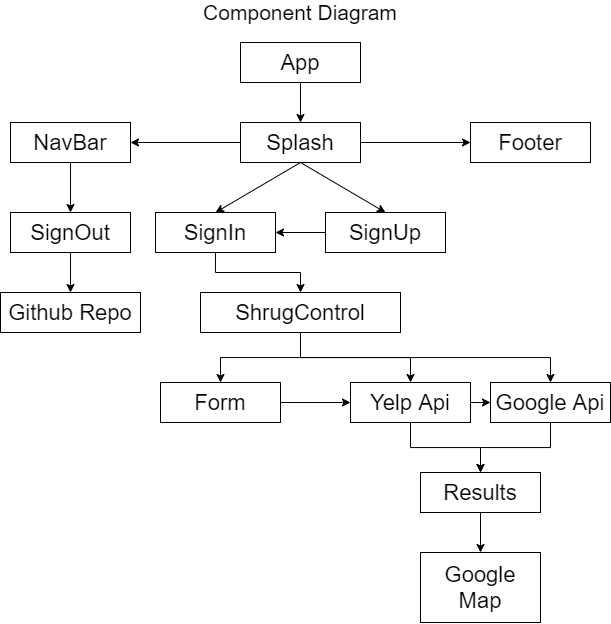
tytyhibye/Shrug keeps this draw.io diagram as src/Assets/component-diagram.drawio.png. Above is the earlier version. Source tidied: cells renumbered, new cells last; positions are measured from the earlier drawing's top-left corner, leaving out a move shared by most shapes. Its diagram source:
```xml
<mxGraphModel>
  <root>
    <mxCell id="0" />
    <mxCell id="1" parent="0" />
    <mxCell id="2" style="group;" parent="1" vertex="1">
      <mxGeometry y="10" width="610" height="610" as="geometry" />
    </mxCell>
    <mxCell id="3" value="&lt;font style=&quot;font-size: 22px&quot;&gt;App&lt;/font&gt;" style="rounded=0;whiteSpace=wrap;html=1;" parent="2" vertex="1">
      <mxGeometry x="240" y="30" width="120" height="40" as="geometry" />
    </mxCell>
    <mxCell id="4" value="&lt;font style=&quot;font-size: 22px&quot;&gt;Splash&lt;/font&gt;" style="rounded=0;whiteSpace=wrap;html=1;" parent="2" vertex="1">
      <mxGeometry x="240" y="110" width="120" height="40" as="geometry" />
    </mxCell>
    <mxCell id="5" style="edgeStyle=orthogonalEdgeStyle;rounded=0;jettySize=auto;html=1;" parent="2" edge="1" source="3" target="4">
      <mxGeometry relative="1" as="geometry" />
    </mxCell>
    <mxCell id="6" value="&lt;font style=&quot;font-size: 21px&quot;&gt;Component Diagram&lt;/font&gt;" style="text;html=1;strokeColor=none;fillColor=none;align=center;verticalAlign=middle;whiteSpace=wrap;rounded=0;" parent="2" vertex="1">
      <mxGeometry x="155" y="-10" width="290" height="20" as="geometry" />
    </mxCell>
    <mxCell id="7" value="&lt;font style=&quot;font-size: 22px&quot;&gt;Footer&lt;/font&gt;" style="rounded=0;whiteSpace=wrap;html=1;" parent="2" vertex="1">
      <mxGeometry x="470" y="110" width="120" height="40" as="geometry" />
    </mxCell>
    <mxCell id="8" style="edgeStyle=orthogonalEdgeStyle;rounded=0;jettySize=auto;html=1;exitX=1;exitY=0.5;exitDx=0;exitDy=0;entryX=0;entryY=0.5;entryDx=0;entryDy=0;" parent="2" edge="1" source="4" target="7">
      <mxGeometry relative="1" as="geometry" />
    </mxCell>
    <mxCell id="9" value="&lt;font style=&quot;font-size: 22px&quot;&gt;NavBar&lt;/font&gt;" style="rounded=0;whiteSpace=wrap;html=1;" parent="2" vertex="1">
      <mxGeometry x="10" y="110" width="120" height="40" as="geometry" />
    </mxCell>
    <mxCell id="10" style="edgeStyle=orthogonalEdgeStyle;rounded=0;jettySize=auto;html=1;exitX=0;exitY=0.5;exitDx=0;exitDy=0;entryX=1;entryY=0.5;entryDx=0;entryDy=0;" parent="2" edge="1" source="4" target="9">
      <mxGeometry relative="1" as="geometry" />
    </mxCell>
    <mxCell id="11" value="&lt;font style=&quot;font-size: 22px&quot;&gt;SignOut&lt;/font&gt;" style="rounded=0;whiteSpace=wrap;html=1;" parent="2" vertex="1">
      <mxGeometry x="10" y="200" width="120" height="40" as="geometry" />
    </mxCell>
    <mxCell id="12" style="edgeStyle=orthogonalEdgeStyle;rounded=0;jettySize=auto;html=1;" parent="2" edge="1" source="9" target="11">
      <mxGeometry relative="1" as="geometry" />
    </mxCell>
    <mxCell id="13" value="&lt;font style=&quot;font-size: 22px&quot;&gt;Github Repo&lt;/font&gt;" style="rounded=0;whiteSpace=wrap;html=1;" parent="2" vertex="1">
      <mxGeometry y="280" width="140" height="40" as="geometry" />
    </mxCell>
    <mxCell id="14" style="edgeStyle=orthogonalEdgeStyle;rounded=0;jettySize=auto;html=1;" parent="2" edge="1" source="11" target="13">
      <mxGeometry relative="1" as="geometry" />
    </mxCell>
    <mxCell id="15" style="endArrow=classic;html=1;entryX=0.5;entryY=0;entryDx=0;entryDy=0;exitX=0.5;exitY=1;exitDx=0;exitDy=0;" parent="2" edge="1" source="4" target="20">
      <mxGeometry relative="1" as="geometry" />
    </mxCell>
    <mxCell id="16" style="endArrow=classic;html=1;entryX=0.5;entryY=0;entryDx=0;entryDy=0;exitX=0.5;exitY=1;exitDx=0;exitDy=0;" parent="2" edge="1" source="4" target="18">
      <mxGeometry relative="1" as="geometry" />
    </mxCell>
    <mxCell id="17" style="group;" parent="2" vertex="1">
      <mxGeometry x="155" y="200" width="290" height="120" as="geometry" />
    </mxCell>
    <mxCell id="18" value="&lt;font style=&quot;font-size: 22px&quot;&gt;SignUp&lt;/font&gt;" style="rounded=0;whiteSpace=wrap;html=1;" parent="17" vertex="1">
      <mxGeometry x="170" width="120" height="40" as="geometry" />
    </mxCell>
    <mxCell id="19" style="edgeStyle=orthogonalEdgeStyle;rounded=0;jettySize=auto;html=1;exitX=0.5;exitY=1;exitDx=0;exitDy=0;entryX=0.5;entryY=0;entryDx=0;entryDy=0;" parent="17" edge="1" source="20">
      <mxGeometry relative="1" as="geometry">
        <mxPoint x="145" y="80" as="targetPoint" />
      </mxGeometry>
    </mxCell>
    <mxCell id="20" value="&lt;font style=&quot;font-size: 22px&quot;&gt;SignIn&lt;/font&gt;" style="rounded=0;whiteSpace=wrap;html=1;" parent="17" vertex="1">
      <mxGeometry width="120" height="40" as="geometry" />
    </mxCell>
    <mxCell id="21" style="edgeStyle=orthogonalEdgeStyle;rounded=0;jettySize=auto;html=1;exitX=0;exitY=0.5;exitDx=0;exitDy=0;entryX=1;entryY=0.5;entryDx=0;entryDy=0;" parent="17" edge="1" source="18" target="20">
      <mxGeometry relative="1" as="geometry" />
    </mxCell>
    <mxCell id="22" value="&lt;font style=&quot;font-size: 22px&quot;&gt;ShrugControl&lt;/font&gt;" style="rounded=0;whiteSpace=wrap;html=1;" parent="17" vertex="1">
      <mxGeometry x="45" y="80" width="200" height="40" as="geometry" />
    </mxCell>
    <mxCell id="23" value="&lt;font style=&quot;font-size: 22px&quot;&gt;Yelp Api&lt;/font&gt;" style="rounded=0;whiteSpace=wrap;html=1;" parent="2" vertex="1">
      <mxGeometry x="350" y="370" width="120" height="40" as="geometry" />
    </mxCell>
    <mxCell id="24" value="&lt;font style=&quot;font-size: 22px&quot;&gt;Google Api&lt;/font&gt;" style="rounded=0;whiteSpace=wrap;html=1;" parent="2" vertex="1">
      <mxGeometry x="490" y="370" width="120" height="40" as="geometry" />
    </mxCell>
    <mxCell id="25" value="&lt;font style=&quot;font-size: 22px&quot;&gt;Results&lt;/font&gt;" style="rounded=0;whiteSpace=wrap;html=1;" parent="2" vertex="1">
      <mxGeometry x="420" y="460" width="120" height="40" as="geometry" />
    </mxCell>
    <mxCell id="26" style="edgeStyle=orthogonalEdgeStyle;rounded=0;jettySize=auto;html=1;exitX=0.5;exitY=1;exitDx=0;exitDy=0;" parent="2" edge="1" source="24">
      <mxGeometry relative="1" as="geometry">
        <mxPoint x="480" y="460" as="targetPoint" />
      </mxGeometry>
    </mxCell>
    <mxCell id="27" style="edgeStyle=orthogonalEdgeStyle;rounded=0;jettySize=auto;html=1;" parent="2" edge="1" source="25" target="28">
      <mxGeometry relative="1" as="geometry" />
    </mxCell>
    <mxCell id="28" value="&lt;font style=&quot;font-size: 22px&quot;&gt;Google Map&lt;/font&gt;" style="rounded=0;whiteSpace=wrap;html=1;" parent="2" vertex="1">
      <mxGeometry x="420" y="540" width="120" height="70" as="geometry" />
    </mxCell>
    <mxCell id="29" style="edgeStyle=orthogonalEdgeStyle;rounded=0;jettySize=auto;html=1;exitX=0.5;exitY=1;exitDx=0;exitDy=0;entryX=0.5;entryY=0;entryDx=0;entryDy=0;" parent="2" edge="1" source="23" target="25">
      <mxGeometry relative="1" as="geometry" />
    </mxCell>
    <mxCell id="30" style="edgeStyle=orthogonalEdgeStyle;rounded=0;jettySize=auto;html=1;exitX=0.5;exitY=1;exitDx=0;exitDy=0;entryX=0.5;entryY=0;entryDx=0;entryDy=0;" parent="2" edge="1" source="22" target="24">
      <mxGeometry relative="1" as="geometry" />
    </mxCell>
    <mxCell id="31" style="edgeStyle=orthogonalEdgeStyle;rounded=0;jettySize=auto;html=1;exitX=0.5;exitY=1;exitDx=0;exitDy=0;entryX=0.5;entryY=0;entryDx=0;entryDy=0;" parent="2" edge="1" source="22" target="23">
      <mxGeometry relative="1" as="geometry" />
    </mxCell>
    <mxCell id="32" style="edgeStyle=orthogonalEdgeStyle;rounded=0;jettySize=auto;html=1;exitX=1;exitY=0.5;exitDx=0;exitDy=0;entryX=0;entryY=0.5;entryDx=0;entryDy=0;" parent="1" edge="1" source="33" target="23">
      <mxGeometry relative="1" as="geometry" />
    </mxCell>
    <mxCell id="33" value="&lt;font style=&quot;font-size: 22px&quot;&gt;Form&lt;/font&gt;" style="rounded=0;whiteSpace=wrap;html=1;" parent="1" vertex="1">
      <mxGeometry x="160" y="380" width="120" height="40" as="geometry" />
    </mxCell>
    <mxCell id="34" style="edgeStyle=orthogonalEdgeStyle;rounded=0;jettySize=auto;html=1;exitX=0.5;exitY=1;exitDx=0;exitDy=0;entryX=0.5;entryY=0;entryDx=0;entryDy=0;" parent="1" edge="1" source="22" target="33">
      <mxGeometry relative="1" as="geometry" />
    </mxCell>
    <mxCell id="35" style="edgeStyle=orthogonalEdgeStyle;rounded=0;jettySize=auto;html=1;exitX=1;exitY=0.5;exitDx=0;exitDy=0;" parent="1" edge="1" source="23">
      <mxGeometry relative="1" as="geometry">
        <mxPoint x="490" y="400" as="targetPoint" />
      </mxGeometry>
    </mxCell>
  </root>
</mxGraphModel>
```
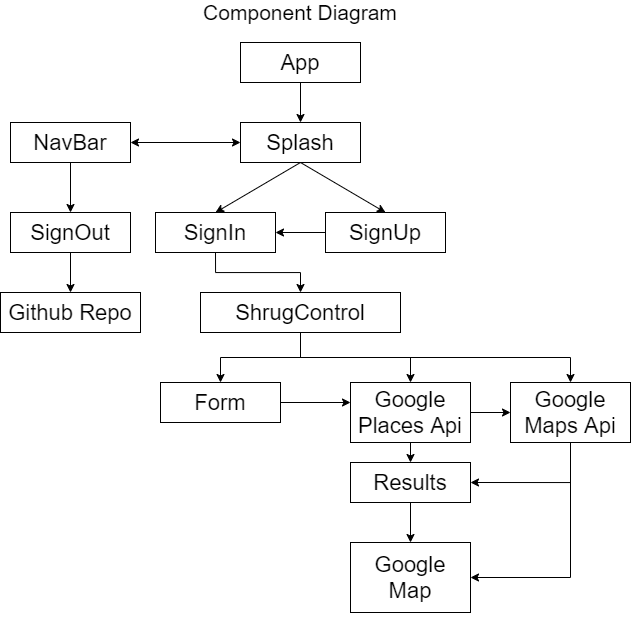
The same file after the commit.

Change to the diagram source:
```diff
@@ -3,7 +3,7 @@
     <mxCell id="0" />
     <mxCell id="1" parent="0" />
     <mxCell id="2" style="group;" parent="1" vertex="1">
-      <mxGeometry y="10" width="610" height="610" as="geometry" />
+      <mxGeometry y="10" width="630" height="610" as="geometry" />
     </mxCell>
     <mxCell id="3" value="&lt;font style=&quot;font-size: 22px&quot;&gt;App&lt;/font&gt;" style="rounded=0;whiteSpace=wrap;html=1;" parent="2" vertex="1">
       <mxGeometry x="240" y="30" width="120" height="40" as="geometry" />
@@ -17,18 +17,9 @@
     <mxCell id="6" value="&lt;font style=&quot;font-size: 21px&quot;&gt;Component Diagram&lt;/font&gt;" style="text;html=1;strokeColor=none;fillColor=none;align=center;verticalAlign=middle;whiteSpace=wrap;rounded=0;" parent="2" vertex="1">
       <mxGeometry x="155" y="-10" width="290" height="20" as="geometry" />
     </mxCell>
-    <mxCell id="7" value="&lt;font style=&quot;font-size: 22px&quot;&gt;Footer&lt;/font&gt;" style="rounded=0;whiteSpace=wrap;html=1;" parent="2" vertex="1">
-      <mxGeometry x="470" y="110" width="120" height="40" as="geometry" />
-    </mxCell>
-    <mxCell id="8" style="edgeStyle=orthogonalEdgeStyle;rounded=0;jettySize=auto;html=1;exitX=1;exitY=0.5;exitDx=0;exitDy=0;entryX=0;entryY=0.5;entryDx=0;entryDy=0;" parent="2" edge="1" source="4" target="7">
-      <mxGeometry relative="1" as="geometry" />
-    </mxCell>
     <mxCell id="9" value="&lt;font style=&quot;font-size: 22px&quot;&gt;NavBar&lt;/font&gt;" style="rounded=0;whiteSpace=wrap;html=1;" parent="2" vertex="1">
       <mxGeometry x="10" y="110" width="120" height="40" as="geometry" />
     </mxCell>
-    <mxCell id="10" style="edgeStyle=orthogonalEdgeStyle;rounded=0;jettySize=auto;html=1;exitX=0;exitY=0.5;exitDx=0;exitDy=0;entryX=1;entryY=0.5;entryDx=0;entryDy=0;" parent="2" edge="1" source="4" target="9">
-      <mxGeometry relative="1" as="geometry" />
-    </mxCell>
     <mxCell id="11" value="&lt;font style=&quot;font-size: 22px&quot;&gt;SignOut&lt;/font&gt;" style="rounded=0;whiteSpace=wrap;html=1;" parent="2" vertex="1">
       <mxGeometry x="10" y="200" width="120" height="40" as="geometry" />
     </mxCell>
@@ -67,37 +58,43 @@
     <mxCell id="22" value="&lt;font style=&quot;font-size: 22px&quot;&gt;ShrugControl&lt;/font&gt;" style="rounded=0;whiteSpace=wrap;html=1;" parent="17" vertex="1">
       <mxGeometry x="45" y="80" width="200" height="40" as="geometry" />
     </mxCell>
-    <mxCell id="23" value="&lt;font style=&quot;font-size: 22px&quot;&gt;Yelp Api&lt;/font&gt;" style="rounded=0;whiteSpace=wrap;html=1;" parent="2" vertex="1">
-      <mxGeometry x="350" y="370" width="120" height="40" as="geometry" />
-    </mxCell>
+    <mxCell id="36" style="edgeStyle=orthogonalEdgeStyle;rounded=0;jettySize=auto;html=1;exitX=1;exitY=0.5;exitDx=0;exitDy=0;entryX=0;entryY=0.5;entryDx=0;entryDy=0;" parent="2" edge="1" source="24" target="39">
+      <mxGeometry relative="1" as="geometry" />
+    </mxCell>
-    <mxCell id="24" value="&lt;font style=&quot;font-size: 22px&quot;&gt;Google Api&lt;/font&gt;" style="rounded=0;whiteSpace=wrap;html=1;" parent="2" vertex="1">
-      <mxGeometry x="490" y="370" width="120" height="40" as="geometry" />
+    <mxCell id="24" value="&lt;font style=&quot;font-size: 22px&quot;&gt;Google Places Api&lt;/font&gt;" style="rounded=0;whiteSpace=wrap;html=1;" parent="2" vertex="1">
+      <mxGeometry x="350" y="370" width="120" height="60" as="geometry" />
     </mxCell>
-    <mxCell id="25" value="&lt;font style=&quot;font-size: 22px&quot;&gt;Results&lt;/font&gt;" style="rounded=0;whiteSpace=wrap;html=1;" parent="2" vertex="1">
-      <mxGeometry x="420" y="460" width="120" height="40" as="geometry" />
-    </mxCell>
-    <mxCell id="26" style="edgeStyle=orthogonalEdgeStyle;rounded=0;jettySize=auto;html=1;exitX=0.5;exitY=1;exitDx=0;exitDy=0;" parent="2" edge="1" source="24">
-      <mxGeometry relative="1" as="geometry">
-        <mxPoint x="480" y="460" as="targetPoint" />
-      </mxGeometry>
-    </mxCell>
-    <mxCell id="27" style="edgeStyle=orthogonalEdgeStyle;rounded=0;jettySize=auto;html=1;" parent="2" edge="1" source="25" target="28">
+    <mxCell id="27" style="edgeStyle=orthogonalEdgeStyle;rounded=0;jettySize=auto;html=1;exitX=0.5;exitY=1;exitDx=0;exitDy=0;entryX=0.5;entryY=0;entryDx=0;entryDy=0;" parent="2" edge="1" source="25" target="28">
       <mxGeometry relative="1" as="geometry" />
     </mxCell>
     <mxCell id="28" value="&lt;font style=&quot;font-size: 22px&quot;&gt;Google Map&lt;/font&gt;" style="rounded=0;whiteSpace=wrap;html=1;" parent="2" vertex="1">
-      <mxGeometry x="420" y="540" width="120" height="70" as="geometry" />
+      <mxGeometry x="350" y="530" width="120" height="70" as="geometry" />
     </mxCell>
-    <mxCell id="29" style="edgeStyle=orthogonalEdgeStyle;rounded=0;jettySize=auto;html=1;exitX=0.5;exitY=1;exitDx=0;exitDy=0;entryX=0.5;entryY=0;entryDx=0;entryDy=0;" parent="2" edge="1" source="23" target="25">
-      <mxGeometry relative="1" as="geometry" />
-    </mxCell>
     <mxCell id="30" style="edgeStyle=orthogonalEdgeStyle;rounded=0;jettySize=auto;html=1;exitX=0.5;exitY=1;exitDx=0;exitDy=0;entryX=0.5;entryY=0;entryDx=0;entryDy=0;" parent="2" edge="1" source="22" target="24">
       <mxGeometry relative="1" as="geometry" />
     </mxCell>
-    <mxCell id="31" style="edgeStyle=orthogonalEdgeStyle;rounded=0;jettySize=auto;html=1;exitX=0.5;exitY=1;exitDx=0;exitDy=0;entryX=0.5;entryY=0;entryDx=0;entryDy=0;" parent="2" edge="1" source="22" target="23">
-      <mxGeometry relative="1" as="geometry" />
-    </mxCell>
+    <mxCell id="25" value="&lt;font style=&quot;font-size: 22px&quot;&gt;Results&lt;/font&gt;" style="rounded=0;whiteSpace=wrap;html=1;" parent="2" vertex="1">
+      <mxGeometry x="350" y="450" width="120" height="40" as="geometry" />
+    </mxCell>
+    <mxCell id="37" style="edgeStyle=orthogonalEdgeStyle;rounded=0;jettySize=auto;html=1;exitX=0.5;exitY=1;exitDx=0;exitDy=0;entryX=1;entryY=0.5;entryDx=0;entryDy=0;" parent="2" edge="1" source="39" target="25">
+      <mxGeometry relative="1" as="geometry" />
+    </mxCell>
+    <mxCell id="38" style="edgeStyle=orthogonalEdgeStyle;rounded=0;jettySize=auto;html=1;exitX=0.5;exitY=1;exitDx=0;exitDy=0;entryX=1;entryY=0.5;entryDx=0;entryDy=0;" parent="2" edge="1" source="39" target="28">
+      <mxGeometry relative="1" as="geometry" />
+    </mxCell>
+    <mxCell id="39" value="&lt;font style=&quot;font-size: 22px&quot;&gt;Google Maps Api&lt;/font&gt;" style="rounded=0;whiteSpace=wrap;html=1;" parent="2" vertex="1">
+      <mxGeometry x="510" y="370" width="120" height="60" as="geometry" />
+    </mxCell>
+    <mxCell id="40" style="edgeStyle=orthogonalEdgeStyle;rounded=0;jettySize=auto;html=1;exitX=0.5;exitY=1;exitDx=0;exitDy=0;entryX=0.5;entryY=0;entryDx=0;entryDy=0;" parent="2" edge="1" source="22" target="39">
+      <mxGeometry relative="1" as="geometry" />
+    </mxCell>
+    <mxCell id="41" style="endArrow=classic;startArrow=classic;html=1;exitX=1;exitY=0.5;exitDx=0;exitDy=0;entryX=0;entryY=0.5;entryDx=0;entryDy=0;" parent="2" edge="1" source="9" target="4">
+      <mxGeometry relative="1" as="geometry" />
+    </mxCell>
-    <mxCell id="32" style="edgeStyle=orthogonalEdgeStyle;rounded=0;jettySize=auto;html=1;exitX=1;exitY=0.5;exitDx=0;exitDy=0;entryX=0;entryY=0.5;entryDx=0;entryDy=0;" parent="1" edge="1" source="33" target="23">
-      <mxGeometry relative="1" as="geometry" />
+    <mxCell id="32" style="edgeStyle=orthogonalEdgeStyle;rounded=0;jettySize=auto;html=1;exitX=1;exitY=0.5;exitDx=0;exitDy=0;entryX=0;entryY=0.5;entryDx=0;entryDy=0;" parent="1" edge="1" source="33">
+      <mxGeometry relative="1" as="geometry">
+        <mxPoint x="350" y="400" as="targetPoint" />
+      </mxGeometry>
     </mxCell>
     <mxCell id="33" value="&lt;font style=&quot;font-size: 22px&quot;&gt;Form&lt;/font&gt;" style="rounded=0;whiteSpace=wrap;html=1;" parent="1" vertex="1">
       <mxGeometry x="160" y="380" width="120" height="40" as="geometry" />
@@ -105,10 +102,10 @@
     <mxCell id="34" style="edgeStyle=orthogonalEdgeStyle;rounded=0;jettySize=auto;html=1;exitX=0.5;exitY=1;exitDx=0;exitDy=0;entryX=0.5;entryY=0;entryDx=0;entryDy=0;" parent="1" edge="1" source="22" target="33">
       <mxGeometry relative="1" as="geometry" />
     </mxCell>
-    <mxCell id="35" style="edgeStyle=orthogonalEdgeStyle;rounded=0;jettySize=auto;html=1;exitX=1;exitY=0.5;exitDx=0;exitDy=0;" parent="1" edge="1" source="23">
-      <mxGeometry relative="1" as="geometry">
-        <mxPoint x="490" y="400" as="targetPoint" />
-      </mxGeometry>
-    </mxCell>
+    <mxCell id="42" style="edgeStyle=orthogonalEdgeStyle;rounded=0;jettySize=auto;html=1;exitX=0.5;exitY=1;exitDx=0;exitDy=0;" parent="1" edge="1" source="24">
+      <mxGeometry relative="1" as="geometry">
+        <mxPoint x="410" y="460" as="targetPoint" />
+      </mxGeometry>
+    </mxCell>
   </root>
 </mxGraphModel>
```
